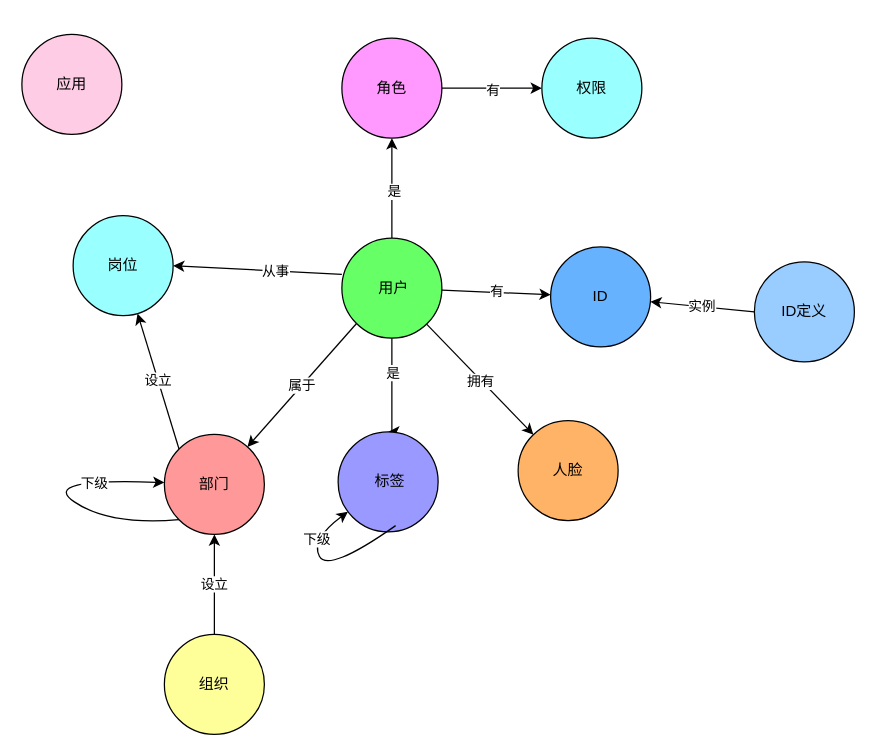
This is graph.drawio from evilbinary/data, a draw.io file, before an edit. Source tidied: cells renumbered, new cells numbered last; positions are measured from the earlier drawing's top-left corner, leaving out a move shared by most shapes. Both pictures are drawn from the tidied source at 125%, with x=0, y=0 at pixel (21, 34).
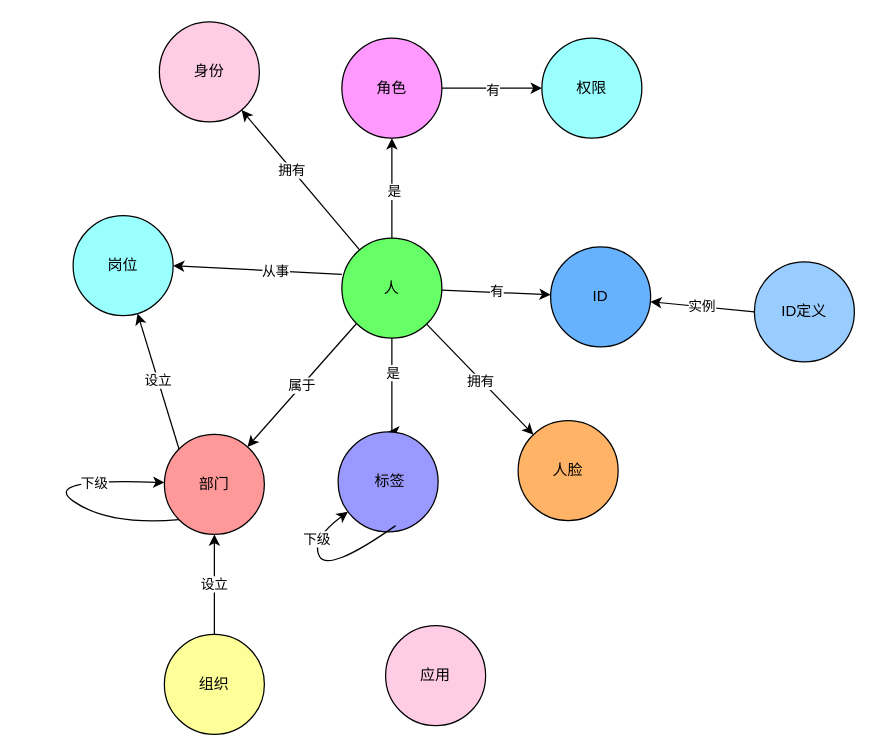
The same diagram, later.

Diff of the diagram source:
```diff
@@
-    <mxCell id="9" value="&amp;nbsp;用户" style="ellipse;whiteSpace=wrap;html=1;fillColor=#66FF66;" parent="1" vertex="1">
+    <mxCell id="9" value="人" style="ellipse;whiteSpace=wrap;html=1;fillColor=#66FF66;" parent="1" vertex="1">
       <mxGeometry x="256" y="163" width="80" height="80" as="geometry" />
     </mxCell>
@@
     <mxCell id="31" value="应用" style="ellipse;whiteSpace=wrap;html=1;fillColor=#FFCCE6;" parent="1" vertex="1">
-      <mxGeometry width="80" height="80" as="geometry" />
+      <mxGeometry x="291" y="473" width="80" height="80" as="geometry" />
     </mxCell>
+    <mxCell id="32" value="身份" style="ellipse;whiteSpace=wrap;html=1;fillColor=#FFCCE6;" parent="1" vertex="1">
+      <mxGeometry x="110" y="-10" width="80" height="80" as="geometry" />
+    </mxCell>
+    <mxCell id="33" style="endArrow=classic;html=1;rounded=0;" parent="1" edge="1" source="9" target="32">
+      <mxGeometry relative="1" as="geometry" />
+    </mxCell>
+    <mxCell id="34" value="拥有" style="edgeLabel;html=1;align=center;verticalAlign=middle;" parent="33" vertex="1">
+      <mxGeometry x="0.14" y="1" relative="1" as="geometry">
+        <mxPoint y="-1" as="offset" />
+      </mxGeometry>
+    </mxCell>
```
